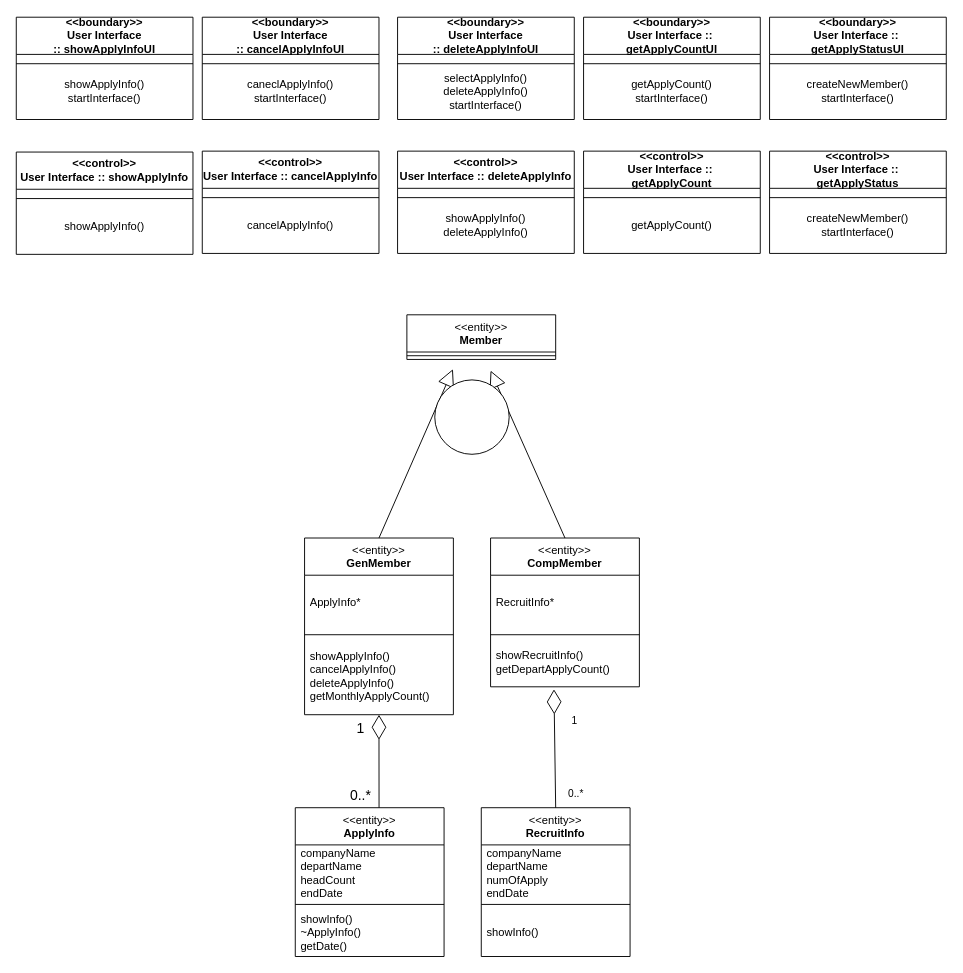
The draw.io diagram page "class_diagram" (1 of 10) of classDiagram.drawio in hjee02018/UML, before the edit. Source tidied: cells renumbered, new cells numbered last; positions are measured from the earlier drawing's top-left corner, leaving out a move shared by most shapes. Both pictures are drawn from the tidied source at 93%, with x=0, y=0 at pixel (16, 17).
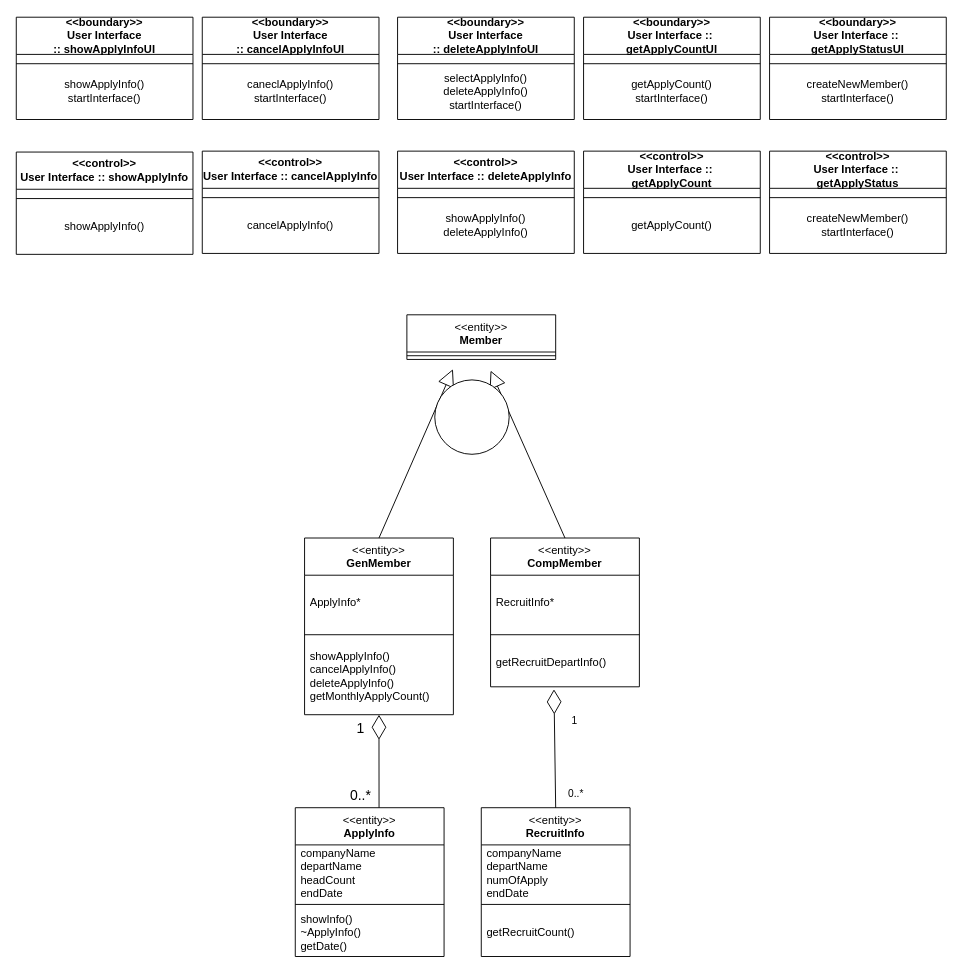
The same page after the edit.

The change refers to these unchanged cells:
```xml
<mxCell id="33" value="&amp;lt;&amp;lt;entity&amp;gt;&amp;gt;&lt;br&gt;&lt;b&gt;CompMember&lt;/b&gt;" style="swimlane;fontStyle=0;align=center;verticalAlign=top;horizontal=1;startSize=40;html=1;whiteSpace=wrap;" parent="1" vertex="1">
  <mxGeometry x="510" y="560" width="160" height="160" as="geometry" />
</mxCell>
<mxCell id="39" value="&amp;lt;&amp;lt;entity&amp;gt;&amp;gt;&lt;br&gt;&lt;b&gt;RecruitInfo&lt;/b&gt;" style="swimlane;fontStyle=0;align=center;verticalAlign=top;horizontal=1;startSize=40;html=1;whiteSpace=wrap;" parent="1" vertex="1">
  <mxGeometry x="500" y="850" width="160" height="160" as="geometry" />
</mxCell>
```

The edit, as a diff of the source:
```diff
@@
-    <mxCell id="36" value="showRecruitInfo()&lt;br&gt;getDepartApplyCount()" style="text;html=1;strokeColor=none;fillColor=none;align=left;verticalAlign=middle;spacingLeft=4;spacingRight=4;overflow=hidden;points=[[0,0.5],[1,0.5]];portConstraint=eastwest;whiteSpace=wrap;" parent="33" vertex="1">
+    <mxCell id="36" value="getRecruitDepartInfo()" style="text;html=1;strokeColor=none;fillColor=none;align=left;verticalAlign=middle;spacingLeft=4;spacingRight=4;overflow=hidden;points=[[0,0.5],[1,0.5]];portConstraint=eastwest;whiteSpace=wrap;" parent="33" vertex="1">
       <mxGeometry y="108" width="160" height="52" as="geometry" />
     </mxCell>
@@
-    <mxCell id="42" value="showInfo()" style="text;html=1;strokeColor=none;fillColor=none;align=left;verticalAlign=middle;spacingLeft=4;spacingRight=4;overflow=hidden;whiteSpace=wrap;" parent="39" vertex="1">
+    <mxCell id="42" value="getRecruitCount()" style="text;html=1;strokeColor=none;fillColor=none;align=left;verticalAlign=middle;spacingLeft=4;spacingRight=4;overflow=hidden;whiteSpace=wrap;" parent="39" vertex="1">
       <mxGeometry y="108" width="160" height="52" as="geometry" />
     </mxCell>
```
